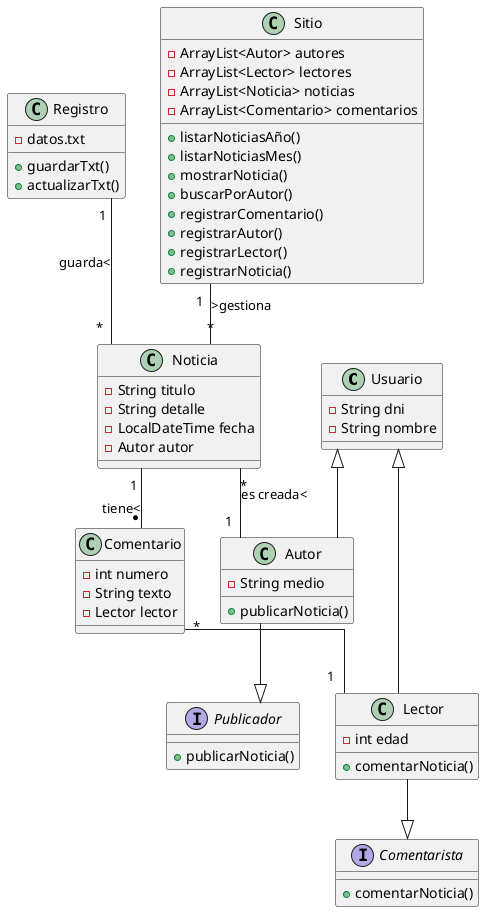
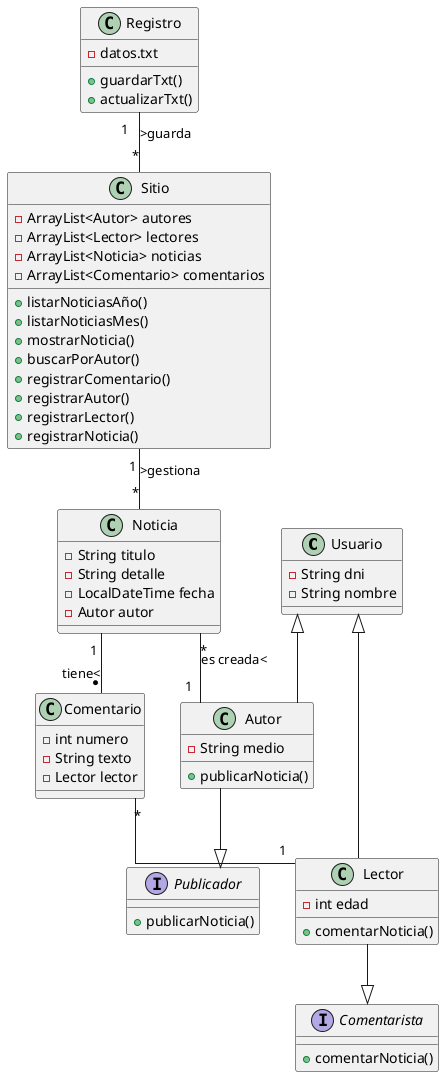
@startuml sistema-noticias
skinparam linetype ortho

class Usuario {
    -String dni
    -String nombre
}

class Registro {
    -datos.txt
    +guardarTxt()
    +actualizarTxt()
}

class Lector {
    -int edad
    +comentarNoticia()
}

class Autor {
    -String medio
    +publicarNoticia()
}

class Noticia {
    -String titulo
    -String detalle
    -LocalDateTime fecha
    -Autor autor
}

class Comentario {
    -int numero
    -String texto
    -Lector lector
}

interface Comentarista {
    +comentarNoticia()
}

interface Publicador {
    +publicarNoticia()
}

class Sitio {
    -ArrayList<Autor> autores
    -ArrayList<Lector> lectores
    -ArrayList<Noticia> noticias
    -ArrayList<Comentario> comentarios
    +listarNoticiasAño()
    +listarNoticiasMes()
    +mostrarNoticia()
    +buscarPorAutor()
    +registrarComentario()
    +registrarAutor()
    +registrarLector()
    +registrarNoticia()
}

' Herencia
Usuario <|-- Lector
Usuario <|-- Autor

' Interfaces
Lector --|> Comentarista
Autor --|> Publicador

' Asociaciones principales
Noticia "*" -- "1" Autor : es creada<
Noticia "1" -- "* " Comentario : tiene<
Comentario "*" -- "1" Lector
Sitio "1 " -- "*" Noticia : >gestiona
- Registro "1   " -- "*" Noticia : guarda<
+ Registro "1   " -- "*" Sitio : >guarda



@enduml